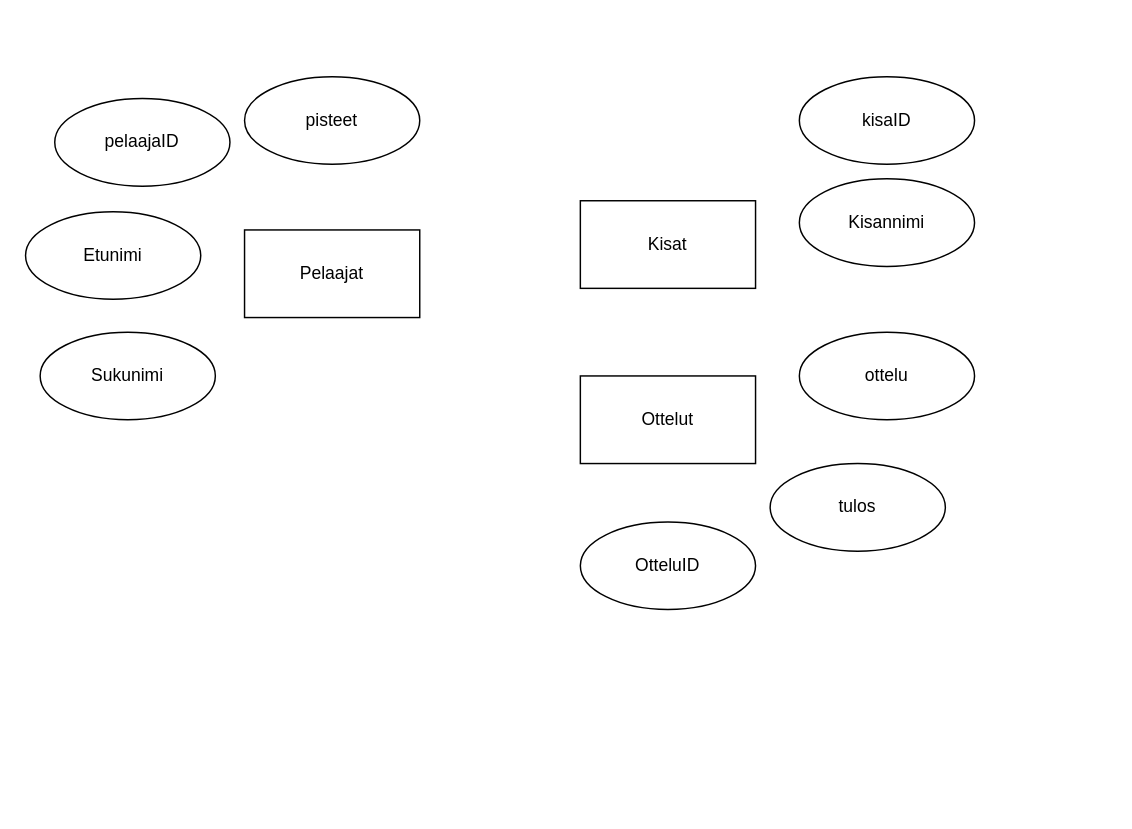
Before: Untitled Diagram.drawio in HyytJani/Latkaveikkaus, a draw.io diagram. Source tidied: cells renumbered, new cells numbered last; positions are measured from the earlier drawing's top-left corner, leaving out a move shared by most shapes. Both pictures are drawn from the tidied source at 146%, with x=0, y=0 at pixel (25, 76).
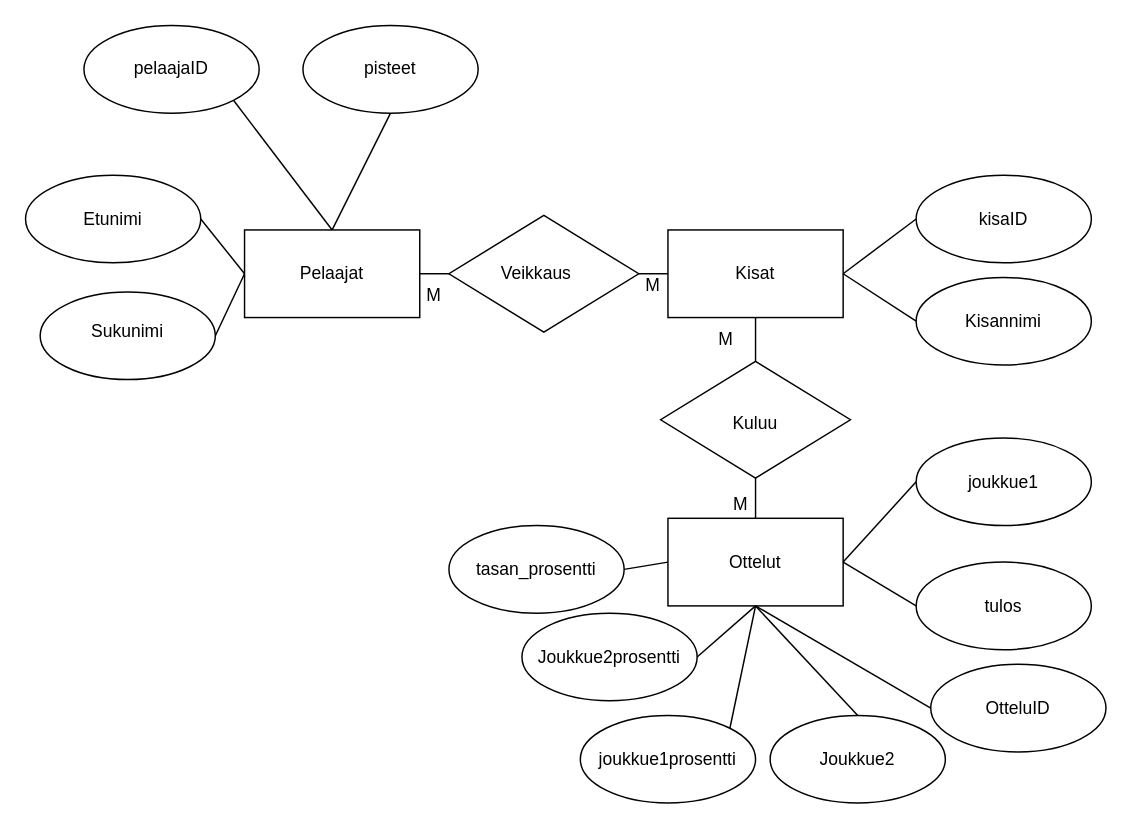
The same page after the edit.

Unchanged cells that the change refers to:
```xml
<mxCell id="4" style="rounded=0;whiteSpace=wrap;html=1;" parent="1" vertex="1">
  <mxGeometry x="150" y="105" width="120" height="60" as="geometry" />
</mxCell>
```

What changed in the source:
```diff
@@
     <mxCell id="2" style="rounded=0;whiteSpace=wrap;html=1;" parent="1" vertex="1">
-      <mxGeometry x="380" y="85" width="120" height="60" as="geometry" />
+      <mxGeometry x="440" y="105" width="120" height="60" as="geometry" />
     </mxCell>
     <mxCell id="3" value="Kisat" style="text;html=1;strokeColor=none;fillColor=none;align=center;verticalAlign=middle;whiteSpace=wrap;rounded=0;" parent="1" vertex="1">
-      <mxGeometry x="410" y="100" width="60" height="30" as="geometry" />
+      <mxGeometry x="470" y="120" width="60" height="30" as="geometry" />
     </mxCell>
@@
     <mxCell id="6" style="ellipse;whiteSpace=wrap;html=1;" parent="1" vertex="1">
-      <mxGeometry x="20" y="15" width="120" height="60" as="geometry" />
+      <mxGeometry x="40" y="-35" width="120" height="60" as="geometry" />
     </mxCell>
     <mxCell id="7" value="pelaajaID" style="text;html=1;strokeColor=none;fillColor=none;align=center;verticalAlign=middle;whiteSpace=wrap;rounded=0;" parent="1" vertex="1">
-      <mxGeometry x="50" y="30" width="60" height="30" as="geometry" />
+      <mxGeometry x="70" y="-20" width="60" height="30" as="geometry" />
     </mxCell>
     <mxCell id="8" style="ellipse;whiteSpace=wrap;html=1;" parent="1" vertex="1">
-      <mxGeometry y="92.5" width="120" height="60" as="geometry" />
+      <mxGeometry y="67.5" width="120" height="60" as="geometry" />
     </mxCell>
     <mxCell id="9" value="Etunimi" style="text;html=1;strokeColor=none;fillColor=none;align=center;verticalAlign=middle;whiteSpace=wrap;rounded=0;" parent="1" vertex="1">
-      <mxGeometry x="30" y="107.5" width="60" height="30" as="geometry" />
+      <mxGeometry x="30" y="82.5" width="60" height="30" as="geometry" />
     </mxCell>
     <mxCell id="10" style="ellipse;whiteSpace=wrap;html=1;" parent="1" vertex="1">
-      <mxGeometry x="10" y="175" width="120" height="60" as="geometry" />
+      <mxGeometry x="10" y="147.5" width="120" height="60" as="geometry" />
     </mxCell>
     <mxCell id="11" value="Sukunimi" style="text;html=1;strokeColor=none;fillColor=none;align=center;verticalAlign=middle;whiteSpace=wrap;rounded=0;" parent="1" vertex="1">
-      <mxGeometry x="40" y="190" width="60" height="30" as="geometry" />
+      <mxGeometry x="40" y="162.5" width="60" height="25" as="geometry" />
     </mxCell>
     <mxCell id="12" style="ellipse;whiteSpace=wrap;html=1;" parent="1" vertex="1">
-      <mxGeometry x="530" width="120" height="60" as="geometry" />
+      <mxGeometry x="610" y="67.5" width="120" height="60" as="geometry" />
     </mxCell>
     <mxCell id="13" value="kisaID" style="text;html=1;strokeColor=none;fillColor=none;align=center;verticalAlign=middle;whiteSpace=wrap;rounded=0;" parent="1" vertex="1">
-      <mxGeometry x="560" y="15" width="60" height="30" as="geometry" />
+      <mxGeometry x="640" y="82.5" width="60" height="30" as="geometry" />
     </mxCell>
     <mxCell id="14" style="rounded=0;whiteSpace=wrap;html=1;" parent="1" vertex="1">
-      <mxGeometry x="380" y="205" width="120" height="60" as="geometry" />
+      <mxGeometry x="440" y="302.5" width="120" height="60" as="geometry" />
     </mxCell>
     <mxCell id="15" value="Ottelut" style="text;html=1;strokeColor=none;fillColor=none;align=center;verticalAlign=middle;whiteSpace=wrap;rounded=0;" parent="1" vertex="1">
-      <mxGeometry x="410" y="220" width="60" height="30" as="geometry" />
+      <mxGeometry x="470" y="317.5" width="60" height="30" as="geometry" />
     </mxCell>
     <mxCell id="16" style="ellipse;whiteSpace=wrap;html=1;" parent="1" vertex="1">
-      <mxGeometry x="530" y="175" width="120" height="60" as="geometry" />
+      <mxGeometry x="610" y="247.5" width="120" height="60" as="geometry" />
     </mxCell>
-    <mxCell id="17" value="ottelu" style="text;html=1;strokeColor=none;fillColor=none;align=center;verticalAlign=middle;whiteSpace=wrap;rounded=0;" parent="1" vertex="1">
-      <mxGeometry x="560" y="190" width="60" height="30" as="geometry" />
+    <mxCell id="17" value="joukkue1" style="text;html=1;strokeColor=none;fillColor=none;align=center;verticalAlign=middle;whiteSpace=wrap;rounded=0;" parent="1" vertex="1">
+      <mxGeometry x="640" y="262.5" width="60" height="30" as="geometry" />
     </mxCell>
     <mxCell id="18" style="ellipse;whiteSpace=wrap;html=1;" parent="1" vertex="1">
-      <mxGeometry x="150" width="120" height="60" as="geometry" />
+      <mxGeometry x="190" y="-35" width="120" height="60" as="geometry" />
     </mxCell>
     <mxCell id="19" value="pisteet" style="text;html=1;strokeColor=none;fillColor=none;align=center;verticalAlign=middle;whiteSpace=wrap;rounded=0;" parent="1" vertex="1">
-      <mxGeometry x="180" y="15" width="60" height="30" as="geometry" />
+      <mxGeometry x="220" y="-20" width="60" height="30" as="geometry" />
     </mxCell>
     <mxCell id="20" style="ellipse;whiteSpace=wrap;html=1;" parent="1" vertex="1">
-      <mxGeometry x="510" y="265" width="120" height="60" as="geometry" />
+      <mxGeometry x="610" y="332.5" width="120" height="60" as="geometry" />
     </mxCell>
     <mxCell id="21" value="tulos" style="text;html=1;strokeColor=none;fillColor=none;align=center;verticalAlign=middle;whiteSpace=wrap;rounded=0;" parent="1" vertex="1">
-      <mxGeometry x="540" y="280" width="60" height="30" as="geometry" />
+      <mxGeometry x="640" y="347.5" width="60" height="30" as="geometry" />
     </mxCell>
     <mxCell id="22" style="ellipse;whiteSpace=wrap;html=1;" parent="1" vertex="1">
-      <mxGeometry x="530" y="70" width="120" height="60" as="geometry" />
+      <mxGeometry x="610" y="137.5" width="120" height="60" as="geometry" />
     </mxCell>
     <mxCell id="23" value="Kisannimi" style="text;html=1;strokeColor=none;fillColor=none;align=center;verticalAlign=middle;whiteSpace=wrap;rounded=0;" parent="1" vertex="1">
-      <mxGeometry x="560" y="85" width="60" height="30" as="geometry" />
+      <mxGeometry x="640" y="152.5" width="60" height="30" as="geometry" />
     </mxCell>
     <mxCell id="24" style="ellipse;whiteSpace=wrap;html=1;" parent="1" vertex="1">
-      <mxGeometry x="380" y="305" width="120" height="60" as="geometry" />
+      <mxGeometry x="620" y="402.5" width="120" height="60" as="geometry" />
     </mxCell>
     <mxCell id="25" value="OtteluID" style="text;html=1;strokeColor=none;fillColor=none;align=center;verticalAlign=middle;whiteSpace=wrap;rounded=0;" parent="1" vertex="1">
-      <mxGeometry x="410" y="320" width="60" height="30" as="geometry" />
+      <mxGeometry x="650" y="417.5" width="60" height="30" as="geometry" />
     </mxCell>
+    <mxCell id="26" style="ellipse;whiteSpace=wrap;html=1;" parent="1" vertex="1">
+      <mxGeometry x="510" y="437.5" width="120" height="60" as="geometry" />
+    </mxCell>
+    <mxCell id="27" value="Joukkue2" style="text;html=1;strokeColor=none;fillColor=none;align=center;verticalAlign=middle;whiteSpace=wrap;rounded=0;" parent="1" vertex="1">
+      <mxGeometry x="540" y="452.5" width="60" height="30" as="geometry" />
+    </mxCell>
+    <mxCell id="28" style="endArrow=none;html=1;rounded=0;entryX=0.5;entryY=1;entryDx=0;entryDy=0;exitX=0.5;exitY=0;exitDx=0;exitDy=0;" parent="1" edge="1" source="4" target="18">
+      <mxGeometry relative="1" as="geometry" />
+    </mxCell>
+    <mxCell id="29" style="endArrow=none;html=1;rounded=0;exitX=0.5;exitY=0;exitDx=0;exitDy=0;entryX=1;entryY=1;entryDx=0;entryDy=0;" parent="1" edge="1" source="4" target="6">
+      <mxGeometry relative="1" as="geometry" />
+    </mxCell>
+    <mxCell id="30" style="endArrow=none;html=1;rounded=0;entryX=1;entryY=0.5;entryDx=0;entryDy=0;exitX=0;exitY=0.5;exitDx=0;exitDy=0;" parent="1" edge="1" source="4" target="8">
+      <mxGeometry relative="1" as="geometry" />
+    </mxCell>
+    <mxCell id="31" style="endArrow=none;html=1;rounded=0;exitX=1;exitY=0.5;exitDx=0;exitDy=0;entryX=0;entryY=0.5;entryDx=0;entryDy=0;" parent="1" edge="1" source="10" target="4">
+      <mxGeometry relative="1" as="geometry" />
+    </mxCell>
+    <mxCell id="32" style="endArrow=none;html=1;rounded=0;entryX=0;entryY=0.5;entryDx=0;entryDy=0;exitX=1;exitY=0.5;exitDx=0;exitDy=0;" parent="1" edge="1" source="2" target="12">
+      <mxGeometry relative="1" as="geometry" />
+    </mxCell>
+    <mxCell id="33" style="endArrow=none;html=1;rounded=0;entryX=0;entryY=0.5;entryDx=0;entryDy=0;exitX=1;exitY=0.5;exitDx=0;exitDy=0;" parent="1" edge="1" source="2" target="22">
+      <mxGeometry relative="1" as="geometry" />
+    </mxCell>
+    <mxCell id="34" style="endArrow=none;html=1;rounded=0;entryX=0;entryY=0.5;entryDx=0;entryDy=0;exitX=1;exitY=0.5;exitDx=0;exitDy=0;" parent="1" edge="1" source="14" target="16">
+      <mxGeometry relative="1" as="geometry" />
+    </mxCell>
+    <mxCell id="35" style="endArrow=none;html=1;rounded=0;entryX=0;entryY=0.5;entryDx=0;entryDy=0;" parent="1" edge="1" target="20">
+      <mxGeometry relative="1" as="geometry">
+        <mxPoint x="560" y="332.5" as="sourcePoint" />
+      </mxGeometry>
+    </mxCell>
+    <mxCell id="36" style="endArrow=none;html=1;rounded=0;entryX=0;entryY=0.5;entryDx=0;entryDy=0;exitX=0.5;exitY=1;exitDx=0;exitDy=0;" parent="1" edge="1" source="14" target="24">
+      <mxGeometry relative="1" as="geometry" />
+    </mxCell>
+    <mxCell id="37" style="endArrow=none;html=1;rounded=0;exitX=0.5;exitY=0;exitDx=0;exitDy=0;" parent="1" edge="1" source="26">
+      <mxGeometry relative="1" as="geometry">
+        <mxPoint x="500" y="362.5" as="targetPoint" />
+      </mxGeometry>
+    </mxCell>
+    <mxCell id="38" style="ellipse;whiteSpace=wrap;html=1;" parent="1" vertex="1">
+      <mxGeometry x="380" y="437.5" width="120" height="60" as="geometry" />
+    </mxCell>
+    <mxCell id="39" value="joukkue1prosentti" style="text;html=1;strokeColor=none;fillColor=none;align=center;verticalAlign=middle;whiteSpace=wrap;rounded=0;" parent="1" vertex="1">
+      <mxGeometry x="410" y="452.5" width="60" height="30" as="geometry" />
+    </mxCell>
+    <mxCell id="40" style="ellipse;whiteSpace=wrap;html=1;" parent="1" vertex="1">
+      <mxGeometry x="340" y="367.5" width="120" height="60" as="geometry" />
+    </mxCell>
+    <mxCell id="41" value="Joukkue2prosentti" style="text;html=1;strokeColor=none;fillColor=none;align=center;verticalAlign=middle;whiteSpace=wrap;rounded=0;" parent="1" vertex="1">
+      <mxGeometry x="370" y="382.5" width="60" height="30" as="geometry" />
+    </mxCell>
+    <mxCell id="42" style="endArrow=none;html=1;rounded=0;exitX=1;exitY=0;exitDx=0;exitDy=0;" parent="1" edge="1" source="38">
+      <mxGeometry relative="1" as="geometry">
+        <mxPoint x="500" y="362.5" as="targetPoint" />
+      </mxGeometry>
+    </mxCell>
+    <mxCell id="43" style="endArrow=none;html=1;rounded=0;entryX=0.5;entryY=1;entryDx=0;entryDy=0;exitX=1;exitY=0.5;exitDx=0;exitDy=0;" parent="1" edge="1" source="40" target="14">
+      <mxGeometry relative="1" as="geometry" />
+    </mxCell>
+    <mxCell id="44" style="ellipse;whiteSpace=wrap;html=1;" parent="1" vertex="1">
+      <mxGeometry x="290" y="307.5" width="120" height="60" as="geometry" />
+    </mxCell>
+    <mxCell id="45" value="tasan_prosentti" style="text;html=1;strokeColor=none;fillColor=none;align=center;verticalAlign=middle;whiteSpace=wrap;rounded=0;" parent="1" vertex="1">
+      <mxGeometry x="320" y="322.5" width="60" height="30" as="geometry" />
+    </mxCell>
+    <mxCell id="46" style="endArrow=none;html=1;rounded=0;entryX=0;entryY=0.5;entryDx=0;entryDy=0;exitX=1;exitY=0.5;exitDx=0;exitDy=0;" parent="1" edge="1" source="44" target="14">
+      <mxGeometry relative="1" as="geometry" />
+    </mxCell>
+    <mxCell id="47" style="rhombus;whiteSpace=wrap;html=1;" parent="1" vertex="1">
+      <mxGeometry x="290" y="95" width="130" height="80" as="geometry" />
+    </mxCell>
+    <mxCell id="48" value="Veikkaus" style="text;html=1;strokeColor=none;fillColor=none;align=center;verticalAlign=middle;whiteSpace=wrap;rounded=0;" parent="1" vertex="1">
+      <mxGeometry x="320" y="120" width="60" height="30" as="geometry" />
+    </mxCell>
+    <mxCell id="49" style="rhombus;whiteSpace=wrap;html=1;" parent="1" vertex="1">
+      <mxGeometry x="435" y="195" width="130" height="80" as="geometry" />
+    </mxCell>
+    <mxCell id="50" value="Kuluu" style="text;html=1;strokeColor=none;fillColor=none;align=center;verticalAlign=middle;whiteSpace=wrap;rounded=0;" parent="1" vertex="1">
+      <mxGeometry x="470" y="222.5" width="60" height="30" as="geometry" />
+    </mxCell>
+    <mxCell id="51" style="endArrow=none;html=1;rounded=0;entryX=0;entryY=0.5;entryDx=0;entryDy=0;exitX=1;exitY=0.5;exitDx=0;exitDy=0;" parent="1" edge="1" source="4" target="47">
+      <mxGeometry relative="1" as="geometry" />
+    </mxCell>
+    <mxCell id="52" style="endArrow=none;html=1;rounded=0;entryX=0;entryY=0.5;entryDx=0;entryDy=0;exitX=1;exitY=0.5;exitDx=0;exitDy=0;" parent="1" edge="1" source="47" target="2">
+      <mxGeometry relative="1" as="geometry" />
+    </mxCell>
+    <mxCell id="53" style="endArrow=none;html=1;rounded=0;entryX=0.5;entryY=1;entryDx=0;entryDy=0;exitX=0.5;exitY=0;exitDx=0;exitDy=0;" parent="1" edge="1" source="49" target="2">
+      <mxGeometry relative="1" as="geometry" />
+    </mxCell>
+    <mxCell id="54" style="endArrow=none;html=1;rounded=0;entryX=0.5;entryY=1;entryDx=0;entryDy=0;exitX=0.5;exitY=0;exitDx=0;exitDy=0;" parent="1" edge="1" source="14" target="49">
+      <mxGeometry relative="1" as="geometry" />
+    </mxCell>
+    <mxCell id="55" value="M" style="text;html=1;strokeColor=none;fillColor=none;align=center;verticalAlign=middle;whiteSpace=wrap;rounded=0;" parent="1" vertex="1">
+      <mxGeometry x="400" y="127.5" width="60" height="30" as="geometry" />
+    </mxCell>
+    <mxCell id="56" value="M" style="text;html=1;strokeColor=none;fillColor=none;align=center;verticalAlign=middle;whiteSpace=wrap;rounded=0;" parent="1" vertex="1">
+      <mxGeometry x="250" y="135" width="60" height="30" as="geometry" />
+    </mxCell>
+    <mxCell id="57" value="M" style="text;html=1;strokeColor=none;fillColor=none;align=center;verticalAlign=middle;whiteSpace=wrap;rounded=0;" parent="1" vertex="1">
+      <mxGeometry x="450" y="165" width="60" height="30" as="geometry" />
+    </mxCell>
+    <mxCell id="58" value="M" style="text;html=1;strokeColor=none;fillColor=none;align=center;verticalAlign=middle;whiteSpace=wrap;rounded=0;" parent="1" vertex="1">
+      <mxGeometry x="460" y="277.5" width="60" height="30" as="geometry" />
+    </mxCell>
```
